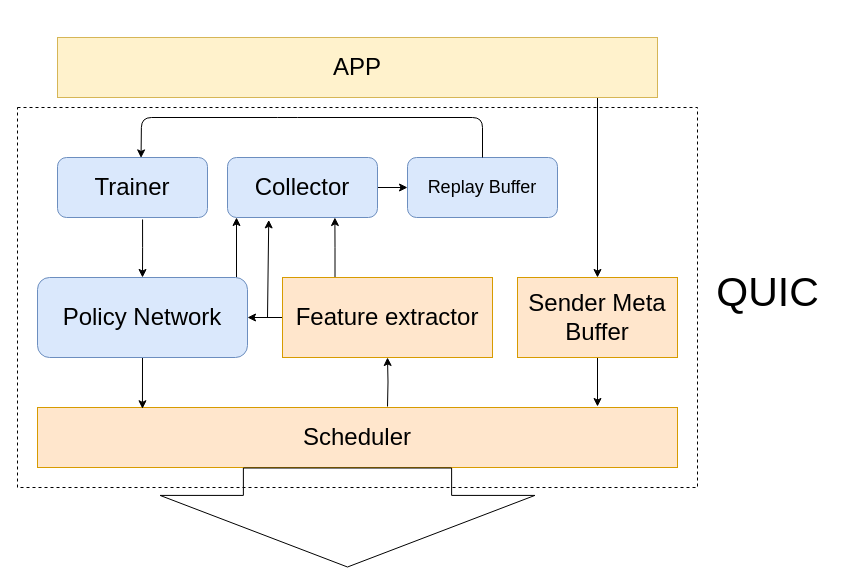
The draw.io diagram Copy of Architecture.drawio in I-am-Justice/QUIC-packet-scheduling, before the edit. Source tidied: cells renumbered, new cells numbered last; positions are measured from the earlier drawing's top-left corner, leaving out a move shared by most shapes. Both pictures are drawn from the tidied source at 100%, with x=0, y=0 at pixel (17, 37).
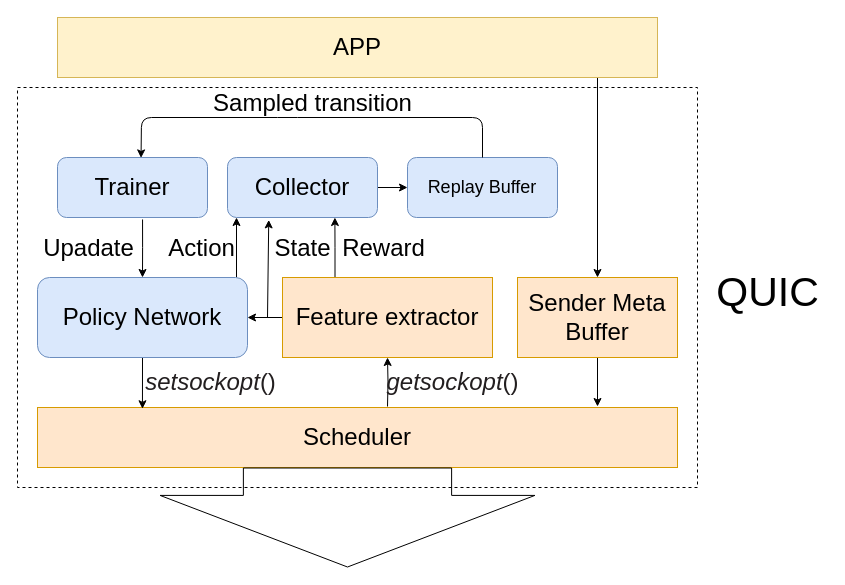
The same diagram, later.

What changed in the source:
```diff
@@
     <mxCell id="2" style="rounded=0;whiteSpace=wrap;html=1;dashed=1;gradientColor=none;fillColor=none;" parent="1" vertex="1">
-      <mxGeometry y="70" width="680" height="380" as="geometry" />
+      <mxGeometry y="50" width="680" height="400" as="geometry" />
     </mxCell>
@@
     <mxCell id="4" value="&lt;font style=&quot;font-size: 24px&quot;&gt;APP&lt;/font&gt;" style="rounded=1;whiteSpace=wrap;html=1;arcSize=0;fillColor=#fff2cc;strokeColor=#d6b656;" parent="1" vertex="1">
-      <mxGeometry x="40" width="600" height="60" as="geometry" />
+      <mxGeometry x="40" y="-20" width="600" height="60" as="geometry" />
     </mxCell>
@@
+    <mxCell id="24" value="&lt;font style=&quot;font-size: 24px&quot;&gt;&lt;span style=&quot;font-family: &amp;#34;cmmi10&amp;#34; ; color: rgb(35 , 31 , 32) ; font-style: italic&quot;&gt;getsockopt&lt;/span&gt;&lt;span style=&quot;font-family: &amp;#34;cmr10&amp;#34; ; color: rgb(35 , 31 , 32)&quot;&gt;()&lt;/span&gt;&lt;/font&gt;" style="text;html=1;align=center;verticalAlign=middle;" parent="1" vertex="1">
+      <mxGeometry x="370" y="335" width="130" height="20" as="geometry" />
+    </mxCell>
+    <mxCell id="25" value="&lt;font style=&quot;font-size: 24px&quot;&gt;&lt;span style=&quot;font-family: &amp;#34;cmmi10&amp;#34; ; color: rgb(35 , 31 , 32) ; font-style: italic&quot;&gt;setsockopt&lt;/span&gt;&lt;span style=&quot;font-family: &amp;#34;cmr10&amp;#34; ; color: rgb(35 , 31 , 32)&quot;&gt;()&lt;/span&gt;&lt;/font&gt;" style="text;html=1;align=center;verticalAlign=middle;" parent="1" vertex="1">
+      <mxGeometry x="130" y="334.5" width="126" height="21" as="geometry" />
+    </mxCell>
+    <mxCell id="26" value="&lt;font style=&quot;font-size: 24px&quot;&gt;Reward&lt;/font&gt;" style="text;html=1;align=center;verticalAlign=middle;" parent="1" vertex="1">
+      <mxGeometry x="319" y="200" width="93" height="21" as="geometry" />
+    </mxCell>
+    <mxCell id="27" value="&lt;font style=&quot;font-size: 24px&quot;&gt;State&lt;/font&gt;" style="text;html=1;align=center;verticalAlign=middle;" parent="1" vertex="1">
+      <mxGeometry x="252" y="200" width="66" height="21" as="geometry" />
+    </mxCell>
+    <mxCell id="28" value="&lt;font style=&quot;font-size: 24px&quot;&gt;Action&lt;/font&gt;" style="text;html=1;align=center;verticalAlign=middle;" parent="1" vertex="1">
+      <mxGeometry x="146" y="200" width="76" height="21" as="geometry" />
+    </mxCell>
+    <mxCell id="29" value="&lt;font style=&quot;font-size: 24px&quot;&gt;Upadate&lt;/font&gt;" style="text;html=1;align=center;verticalAlign=middle;" parent="1" vertex="1">
+      <mxGeometry x="20" y="200" width="101" height="21" as="geometry" />
+    </mxCell>
+    <mxCell id="30" value="&lt;font style=&quot;font-size: 24px&quot;&gt;Sampled transition&lt;/font&gt;" style="text;html=1;align=center;verticalAlign=middle;" parent="1" vertex="1">
+      <mxGeometry x="190" y="55" width="209" height="21" as="geometry" />
+    </mxCell>
```
